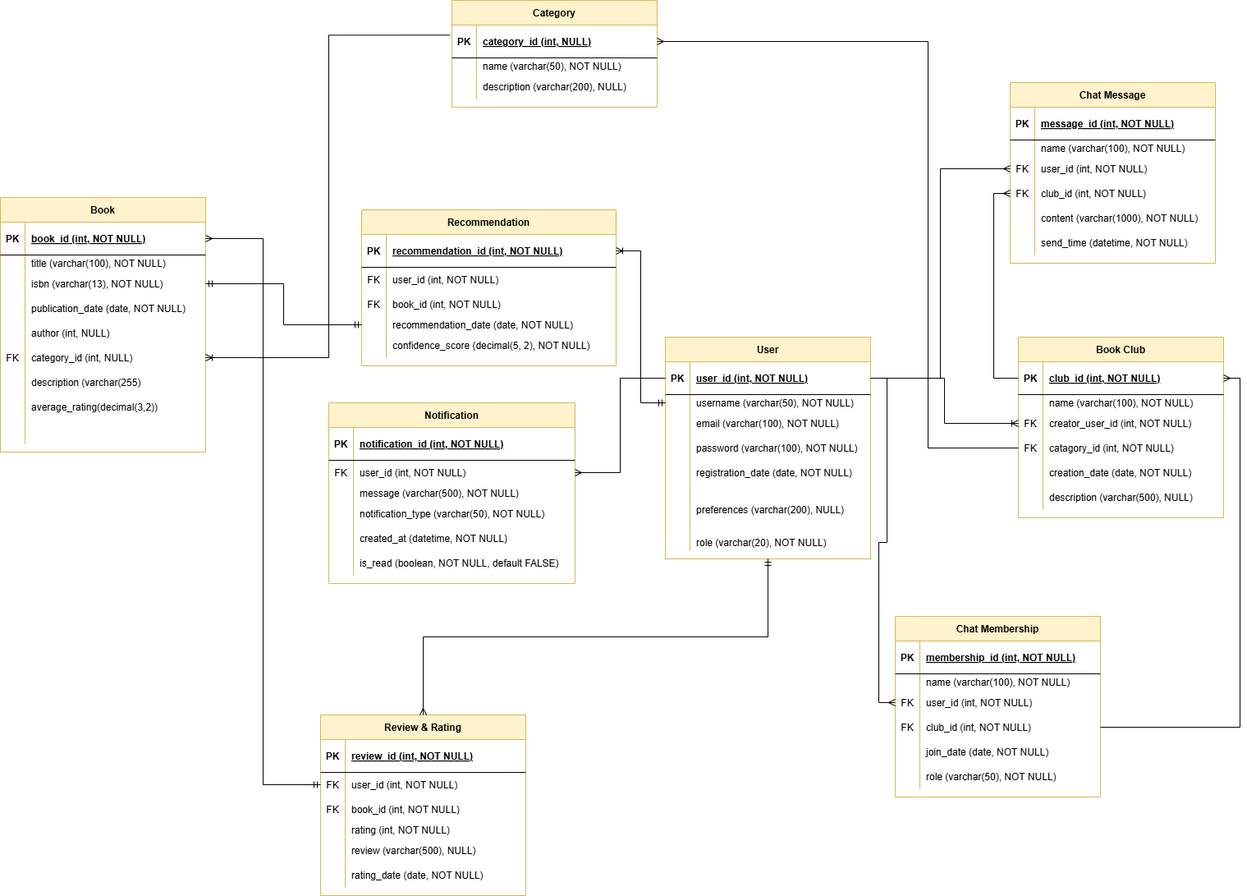
Before: New folder/Untitled Diagram.drawio.png, a diagram exported from draw.io (Kkgenkai/Draw.io). Source tidied: cells renumbered, new cells last; positions are measured from the earlier drawing's top-left corner, leaving out a move shared by most shapes.
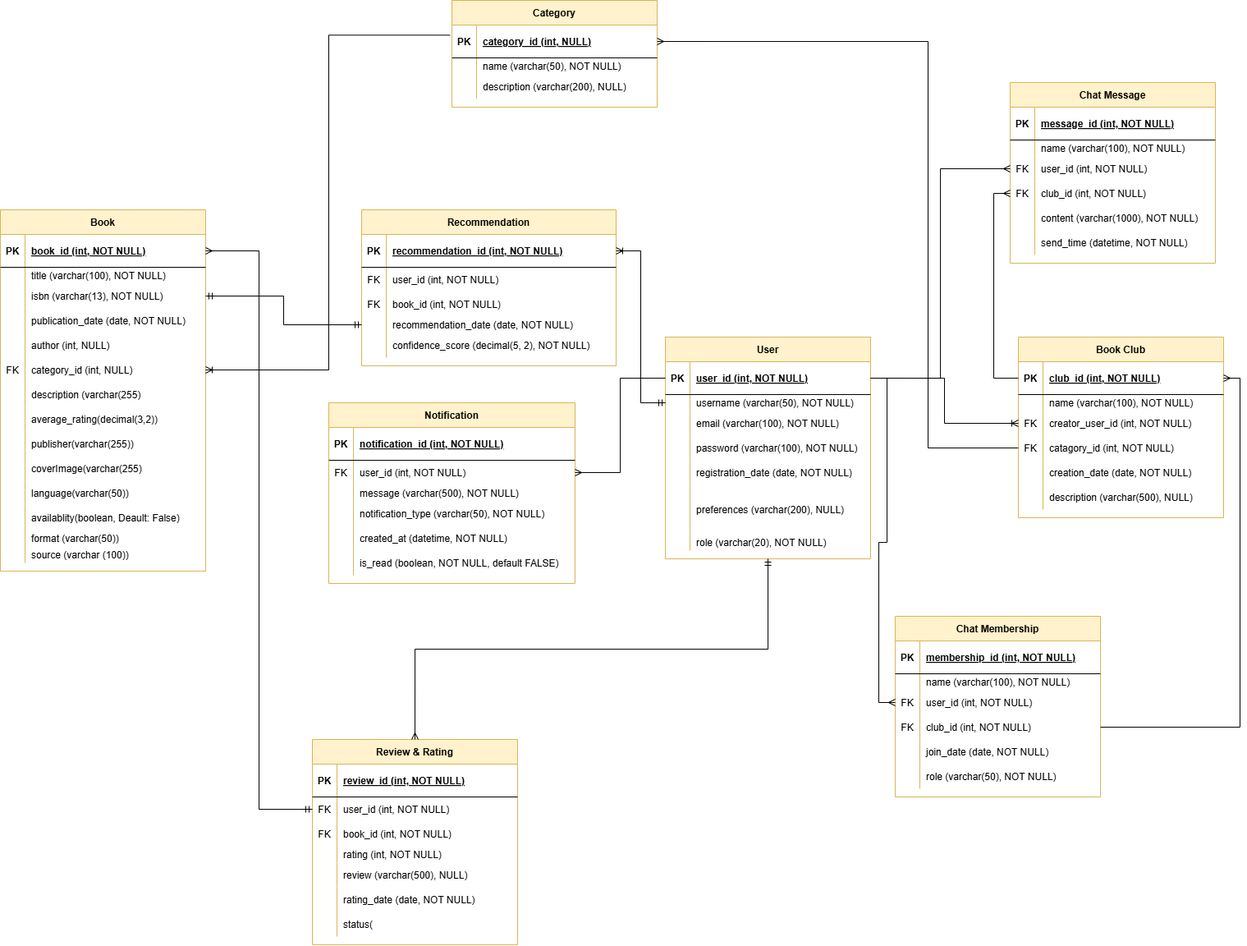
After the commit.

Change to the diagram source:
```diff
@@ -69,7 +69,7 @@
       <mxGeometry x="30" width="220" height="20" as="geometry" />
     </mxCell>
     <mxCell id="24" value="Book" style="shape=table;startSize=30;rowLines=0;fontStyle=1;align=center;fillColor=#fff2cc;strokeColor=#d6b656;" parent="1" vertex="1">
-      <mxGeometry y="240" width="250" height="310" as="geometry" />
+      <mxGeometry y="255" width="250" height="440" as="geometry" />
     </mxCell>
     <mxCell id="25" style="shape=partialRectangle;fillColor=none;points=[[0,0.5],[1,0.5]];portConstraint=eastwest;top=0;left=0;right=0;bottom=1;" parent="24" vertex="1">
       <mxGeometry y="30" width="250" height="40" as="geometry" />
@@ -149,9 +149,54 @@
     <mxCell id="50" style="shape=partialRectangle;overflow=hidden;fillColor=none;top=0;left=0;bottom=0;right=0;" parent="49" vertex="1">
       <mxGeometry width="30" height="30" as="geometry" />
     </mxCell>
-    <mxCell id="51" style="shape=partialRectangle;overflow=hidden;fillColor=none;top=0;left=0;bottom=0;right=0;align=left;spacingLeft=6;" parent="49" vertex="1">
+    <mxCell id="51" value="publisher(varchar(255))" style="shape=partialRectangle;overflow=hidden;fillColor=none;top=0;left=0;bottom=0;right=0;align=left;spacingLeft=6;" parent="49" vertex="1">
       <mxGeometry x="30" width="220" height="30" as="geometry" />
     </mxCell>
+    <mxCell id="185" style="shape=partialRectangle;fillColor=none;top=0;left=0;right=0;bottom=0;" parent="24" vertex="1">
+      <mxGeometry y="300" width="250" height="30" as="geometry" />
+    </mxCell>
+    <mxCell id="186" style="shape=partialRectangle;overflow=hidden;fillColor=none;top=0;left=0;bottom=0;right=0;" parent="185" vertex="1">
+      <mxGeometry width="30" height="30" as="geometry" />
+    </mxCell>
+    <mxCell id="187" value="coverImage(varchar(255)" style="shape=partialRectangle;overflow=hidden;fillColor=none;top=0;left=0;bottom=0;right=0;align=left;spacingLeft=6;" parent="185" vertex="1">
+      <mxGeometry x="30" width="220" height="30" as="geometry" />
+    </mxCell>
+    <mxCell id="188" style="shape=partialRectangle;fillColor=none;top=0;left=0;right=0;bottom=0;" parent="24" vertex="1">
+      <mxGeometry y="330" width="250" height="30" as="geometry" />
+    </mxCell>
+    <mxCell id="189" style="shape=partialRectangle;overflow=hidden;fillColor=none;top=0;left=0;bottom=0;right=0;" parent="188" vertex="1">
+      <mxGeometry width="30" height="30" as="geometry" />
+    </mxCell>
+    <mxCell id="190" value="language(varchar(50))" style="shape=partialRectangle;overflow=hidden;fillColor=none;top=0;left=0;bottom=0;right=0;align=left;spacingLeft=6;" parent="188" vertex="1">
+      <mxGeometry x="30" width="220" height="30" as="geometry" />
+    </mxCell>
+    <mxCell id="191" style="shape=partialRectangle;fillColor=none;top=0;left=0;right=0;bottom=0;" parent="24" vertex="1">
+      <mxGeometry y="360" width="250" height="30" as="geometry" />
+    </mxCell>
+    <mxCell id="192" style="shape=partialRectangle;overflow=hidden;fillColor=none;top=0;left=0;bottom=0;right=0;" parent="191" vertex="1">
+      <mxGeometry width="30" height="30" as="geometry" />
+    </mxCell>
+    <mxCell id="193" value="availablity(boolean, Deault: False)" style="shape=partialRectangle;overflow=hidden;fillColor=none;top=0;left=0;bottom=0;right=0;align=left;spacingLeft=6;" parent="191" vertex="1">
+      <mxGeometry x="30" width="220" height="30" as="geometry" />
+    </mxCell>
+    <mxCell id="194" style="shape=partialRectangle;fillColor=none;top=0;left=0;right=0;bottom=0;" parent="24" vertex="1">
+      <mxGeometry y="390" width="250" height="20" as="geometry" />
+    </mxCell>
+    <mxCell id="195" style="shape=partialRectangle;overflow=hidden;fillColor=none;top=0;left=0;bottom=0;right=0;" parent="194" vertex="1">
+      <mxGeometry width="30" height="20" as="geometry" />
+    </mxCell>
+    <mxCell id="196" value="format (varchar(50))" style="shape=partialRectangle;overflow=hidden;fillColor=none;top=0;left=0;bottom=0;right=0;align=left;spacingLeft=6;" parent="194" vertex="1">
+      <mxGeometry x="30" width="220" height="20" as="geometry" />
+    </mxCell>
+    <mxCell id="197" style="shape=partialRectangle;fillColor=none;top=0;left=0;right=0;bottom=0;" parent="24" vertex="1">
+      <mxGeometry y="410" width="250" height="20" as="geometry" />
+    </mxCell>
+    <mxCell id="198" style="shape=partialRectangle;overflow=hidden;fillColor=none;top=0;left=0;bottom=0;right=0;" parent="197" vertex="1">
+      <mxGeometry width="30" height="20" as="geometry" />
+    </mxCell>
+    <mxCell id="199" value="source (varchar (100))" style="shape=partialRectangle;overflow=hidden;fillColor=none;top=0;left=0;bottom=0;right=0;align=left;spacingLeft=6;" parent="197" vertex="1">
+      <mxGeometry x="30" width="220" height="20" as="geometry" />
+    </mxCell>
     <mxCell id="52" value="Category" style="shape=table;startSize=30;rowLines=0;fontStyle=1;align=center;fillColor=#fff2cc;strokeColor=#d6b656;" parent="1" vertex="1">
       <mxGeometry x="550" width="250" height="130" as="geometry" />
     </mxCell>
@@ -183,7 +228,7 @@
       <mxGeometry x="30" width="220" height="30" as="geometry" />
     </mxCell>
     <mxCell id="62" value="Review &amp; Rating" style="shape=table;startSize=30;rowLines=0;fontStyle=1;align=center;fillColor=#fff2cc;strokeColor=#d6b656;" parent="1" vertex="1">
-      <mxGeometry x="390" y="870" width="250" height="220" as="geometry" />
+      <mxGeometry x="380" y="900" width="250" height="250" as="geometry" />
     </mxCell>
     <mxCell id="63" style="shape=partialRectangle;fillColor=none;top=0;left=0;right=0;bottom=1;" parent="62" vertex="1">
       <mxGeometry y="30" width="250" height="40" as="geometry" />
@@ -239,6 +284,15 @@
     <mxCell id="80" value="rating_date (date, NOT NULL)" style="shape=partialRectangle;overflow=hidden;fillColor=none;top=0;left=0;bottom=0;right=0;align=left;spacingLeft=6;" parent="78" vertex="1">
       <mxGeometry x="30" width="220" height="30" as="geometry" />
     </mxCell>
+    <mxCell id="200" style="shape=partialRectangle;fillColor=none;top=0;left=0;right=0;bottom=0;" parent="62" vertex="1">
+      <mxGeometry y="210" width="250" height="30" as="geometry" />
+    </mxCell>
+    <mxCell id="201" style="shape=partialRectangle;overflow=hidden;fillColor=none;top=0;left=0;bottom=0;right=0;" parent="200" vertex="1">
+      <mxGeometry width="30" height="30" as="geometry" />
+    </mxCell>
+    <mxCell id="202" value="status(" style="shape=partialRectangle;overflow=hidden;fillColor=none;top=0;left=0;bottom=0;right=0;align=left;spacingLeft=6;" parent="200" vertex="1">
+      <mxGeometry x="30" width="220" height="30" as="geometry" />
+    </mxCell>
     <mxCell id="81" value="Recommendation" style="shape=table;startSize=30;rowLines=0;fontStyle=1;align=center;fillColor=#fff2cc;strokeColor=#d6b656;" parent="1" vertex="1">
       <mxGeometry x="440" y="255" width="310" height="190" as="geometry" />
     </mxCell>
```
